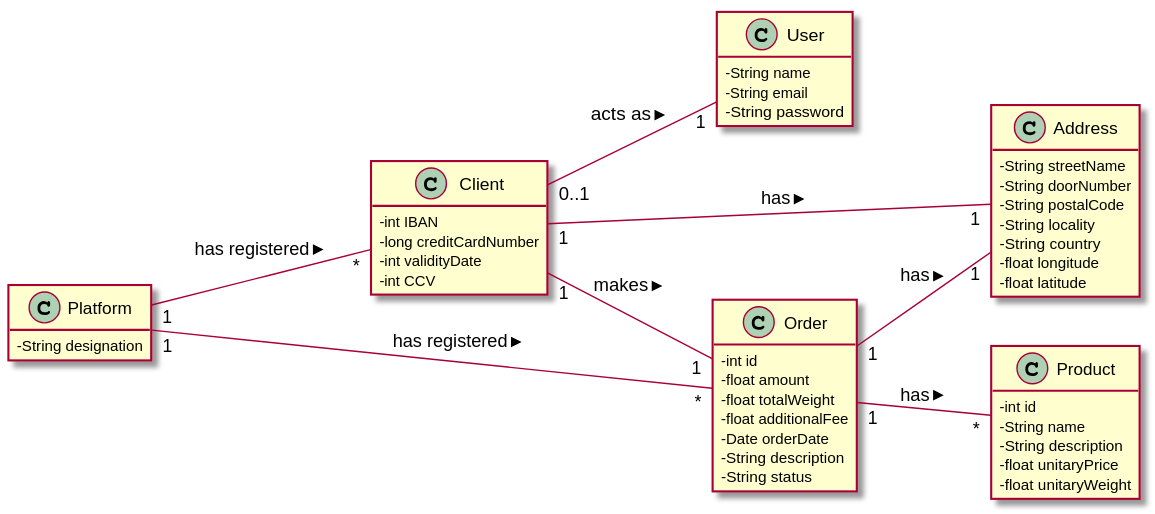
Above: docs/Iteration 1/Make An Order/US26_ReceiveInvoice/US26_DM.svg in tiagoavcosta25/LAPR3 (PlantUML), before the change.
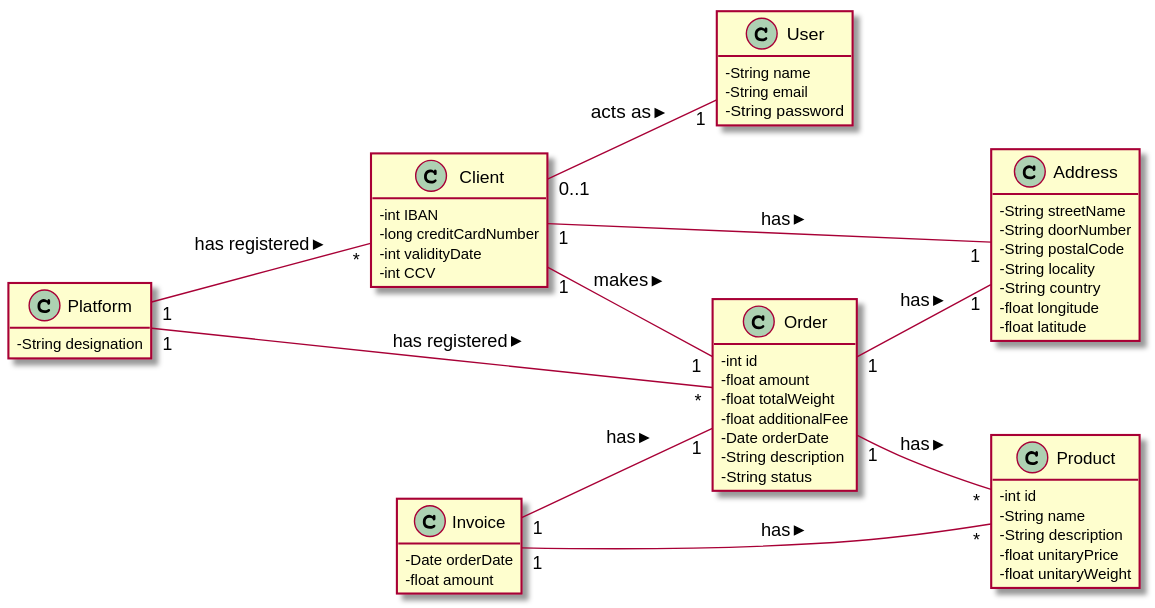
The same file after the commit.

Commit message:
LAPR2AP2-26 #close Receive Invoice [Analysis]

The edit, as a diff of the source:
```diff
@@ -47,6 +47,11 @@
 -   float unitaryWeight
 }
 
+class Invoice{
+-   Date orderDate
+-   float amount
+}
+
 Platform "1" -- "*" Client : has registered >
 Platform "1" -- "*" Order : has registered >
 Order "1" -- "*" Product : has >
@@ -54,4 +59,6 @@
 Client "1" -- "1" Order : makes >
 Client "1" -- "1" Address : has >
 Order "1" -- "1" Address : has >
+Invoice "1" -- "1" Order : has >
+Invoice "1" -- "*" Product : has >
 @enduml
```
